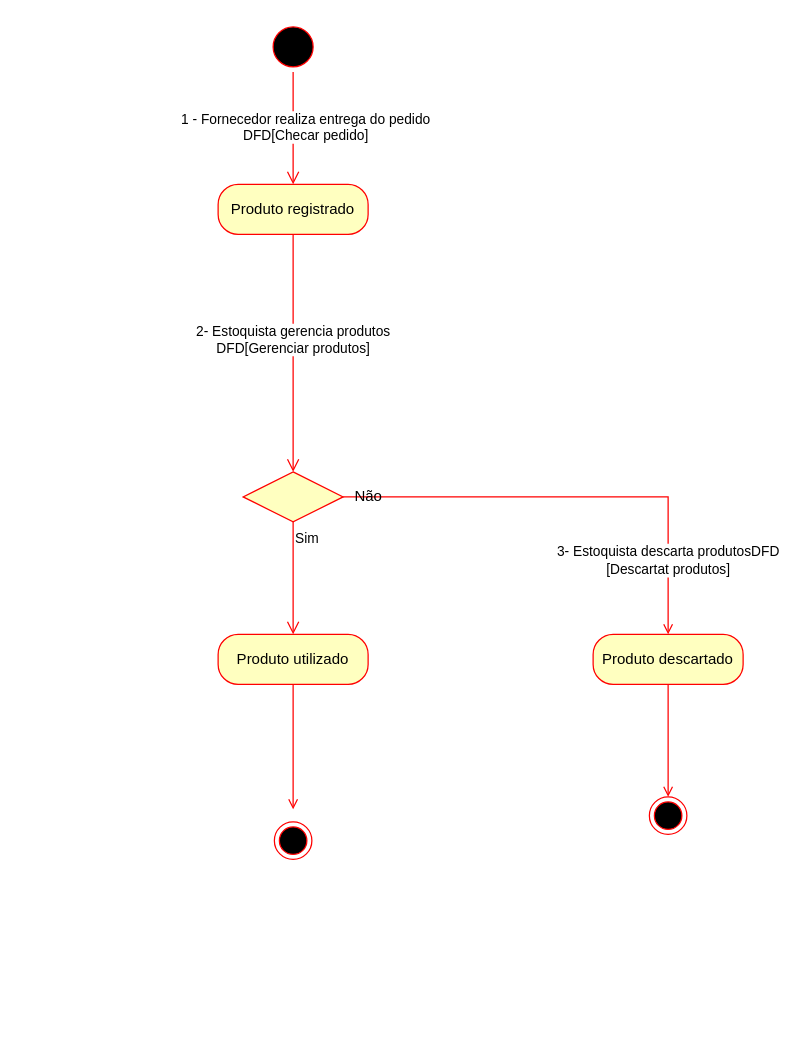
Before: docs/ARTEFATOS(15-23)/Gerenciar_Produtos/CICLO_DE_VIDA_PRODUTO.drawio in Darienzo08/ope_ads, a draw.io diagram. Source tidied: cells renumbered, new cells numbered last; positions are measured from the earlier drawing's top-left corner, leaving out a move shared by most shapes. Both pictures are drawn from the tidied source at 125%, with x=0, y=0 at pixel (218, 21).
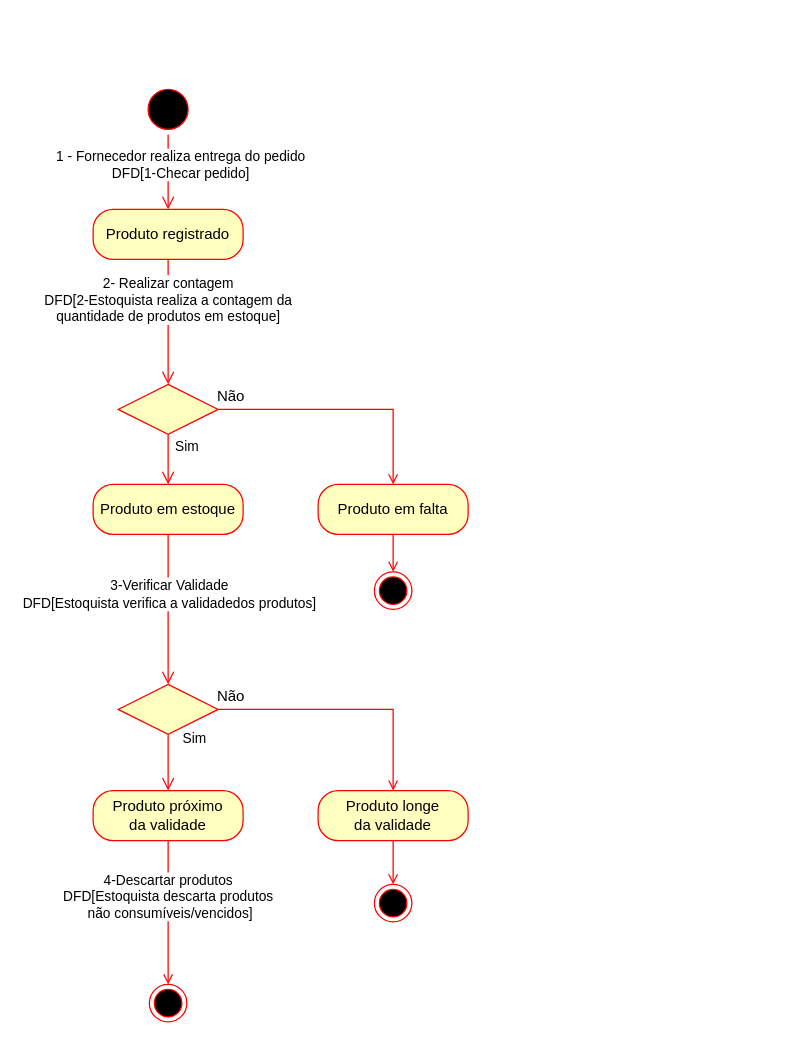
Above is the later version.

Diff of the diagram source:
```diff
@@
     <mxCell id="2" style="ellipse;html=1;shape=endState;fillColor=#000000;strokeColor=#ff0000;" parent="1" vertex="1">
-      <mxGeometry x="45" y="640" width="30" height="30" as="geometry" />
+      <mxGeometry x="-55" y="770" width="30" height="30" as="geometry" />
     </mxCell>
     <mxCell id="3" style="ellipse;html=1;shape=startState;fillColor=#000000;strokeColor=#ff0000;" parent="1" vertex="1">
-      <mxGeometry x="40" width="40" height="40" as="geometry" />
+      <mxGeometry x="-60" y="50" width="40" height="40" as="geometry" />
     </mxCell>
-    <mxCell id="4" value="1 - Fornecedor realiza entrega do pedido&lt;br&gt;DFD[Checar pedido]" style="edgeStyle=orthogonalEdgeStyle;html=1;verticalAlign=bottom;endArrow=open;endSize=8;strokeColor=#ff0000;" parent="1" edge="1" source="3" target="5">
+    <mxCell id="4" value="1 - Fornecedor realiza entrega do pedido&lt;br&gt;DFD[1-Checar pedido]" style="edgeStyle=orthogonalEdgeStyle;html=1;verticalAlign=bottom;endArrow=open;endSize=8;strokeColor=#ff0000;" parent="1" edge="1" source="3" target="5">
       <mxGeometry x="0.33" y="10" relative="1" as="geometry">
         <Array as="points">
-          <mxPoint x="60" y="90" />
-          <mxPoint x="60" y="90" />
+          <mxPoint x="-40" y="110" />
+          <mxPoint x="-40" y="110" />
         </Array>
       </mxGeometry>
     </mxCell>
     <mxCell id="5" value="Produto registrado" style="rounded=1;whiteSpace=wrap;html=1;arcSize=40;fontColor=#000000;fillColor=#ffffc0;strokeColor=#ff0000;" parent="1" vertex="1">
-      <mxGeometry y="130" width="120" height="40" as="geometry" />
+      <mxGeometry x="-100" y="150" width="120" height="40" as="geometry" />
     </mxCell>
-    <mxCell id="6" value="2- Estoquista gerencia produtos&lt;br&gt;DFD[Gerenciar produtos]" style="edgeStyle=orthogonalEdgeStyle;html=1;verticalAlign=bottom;endArrow=open;endSize=8;strokeColor=#ff0000;entryX=0.5;entryY=0;entryDx=0;entryDy=0;exitX=0.5;exitY=1;exitDx=0;exitDy=0;" parent="1" edge="1" source="5" target="8">
-      <mxGeometry x="0.05" relative="1" as="geometry" />
+    <mxCell id="6" style="edgeStyle=orthogonalEdgeStyle;html=1;verticalAlign=bottom;endArrow=open;endSize=8;strokeColor=#ff0000;entryX=0.5;entryY=0;entryDx=0;entryDy=0;exitX=0.5;exitY=1;exitDx=0;exitDy=0;" parent="1" edge="1" source="18" target="20">
+      <mxGeometry x="-0.59" relative="1" as="geometry" />
     </mxCell>
-    <mxCell id="7" value="3- Estoquista descarta produtosDFD&lt;br&gt;[Descartat produtos]" style="edgeStyle=orthogonalEdgeStyle;rounded=0;jettySize=auto;html=1;exitX=1;exitY=0.5;exitDx=0;exitDy=0;endArrow=open;endFill=0;strokeColor=#FF0000;entryX=0.5;entryY=0;entryDx=0;entryDy=0;" parent="1" edge="1" source="8" target="13">
-      <mxGeometry x="0.41" y="-50" relative="1" as="geometry">
-        <mxPoint x="50" y="50" as="offset" />
+    <mxCell id="7" style="edgeStyle=orthogonalEdgeStyle;rounded=0;jettySize=auto;html=1;exitX=1;exitY=0.5;exitDx=0;exitDy=0;endArrow=open;endFill=0;strokeColor=#FF0000;entryX=0.5;entryY=0;entryDx=0;entryDy=0;" parent="1" edge="1" source="8" target="13">
+      <mxGeometry x="0.53" y="-20" relative="1" as="geometry">
+        <mxPoint x="20" y="20" as="offset" />
       </mxGeometry>
     </mxCell>
     <mxCell id="8" style="rhombus;whiteSpace=wrap;html=1;fillColor=#ffffc0;strokeColor=#ff0000;" parent="1" vertex="1">
-      <mxGeometry x="20" y="360" width="80" height="40" as="geometry" />
+      <mxGeometry x="-80" y="530" width="80" height="40" as="geometry" />
     </mxCell>
-    <mxCell id="9" value="Sim" style="edgeStyle=orthogonalEdgeStyle;html=1;align=left;verticalAlign=top;endArrow=open;endSize=8;strokeColor=#ff0000;" parent="1" edge="1" source="8">
-      <mxGeometry x="-1" relative="1" as="geometry">
-        <mxPoint x="60" y="490" as="targetPoint" />
+    <mxCell id="9" value="Sim" style="edgeStyle=orthogonalEdgeStyle;html=1;align=left;verticalAlign=top;endArrow=open;endSize=8;strokeColor=#ff0000;entryX=0.5;entryY=0;entryDx=0;entryDy=0;" parent="1" edge="1" source="8" target="11">
+      <mxGeometry x="-1" y="14" relative="1" as="geometry">
+        <mxPoint x="-4" y="-10" as="offset" />
       </mxGeometry>
     </mxCell>
-    <mxCell id="10" style="edgeStyle=orthogonalEdgeStyle;rounded=0;jettySize=auto;html=1;exitX=0.5;exitY=1;exitDx=0;exitDy=0;fillColor=#ffe6cc;strokeColor=#FF0000;endArrow=open;endFill=0;" parent="1" edge="1" source="11">
-      <mxGeometry relative="1" as="geometry">
-        <mxPoint x="60" y="630" as="targetPoint" />
+    <mxCell id="10" value="4-Descartar produtos&lt;br&gt;DFD[Estoquista descarta produtos&lt;br&gt;&amp;nbsp;não consumíveis/vencidos]" style="edgeStyle=orthogonalEdgeStyle;rounded=0;jettySize=auto;html=1;exitX=0.5;exitY=1;exitDx=0;exitDy=0;fillColor=#ffe6cc;strokeColor=#FF0000;endArrow=open;endFill=0;" parent="1" edge="1" source="11">
+      <mxGeometry x="-0.22" relative="1" as="geometry">
+        <mxPoint x="-40" y="770" as="targetPoint" />
       </mxGeometry>
     </mxCell>
-    <mxCell id="11" value="Produto utilizado" style="rounded=1;whiteSpace=wrap;html=1;arcSize=40;fontColor=#000000;fillColor=#ffffc0;strokeColor=#ff0000;" parent="1" vertex="1">
-      <mxGeometry y="490" width="120" height="40" as="geometry" />
+    <mxCell id="11" value="Produto próximo&lt;br&gt;da validade" style="rounded=1;whiteSpace=wrap;html=1;arcSize=40;fontColor=#000000;fillColor=#ffffc0;strokeColor=#ff0000;" parent="1" vertex="1">
+      <mxGeometry x="-100" y="615" width="120" height="40" as="geometry" />
     </mxCell>
@@
-    <mxCell id="13" value="Produto descartado" style="rounded=1;whiteSpace=wrap;html=1;arcSize=40;fontColor=#000000;fillColor=#ffffc0;strokeColor=#ff0000;" parent="1" vertex="1">
-      <mxGeometry x="300" y="490" width="120" height="40" as="geometry" />
+    <mxCell id="13" value="Produto longe&lt;br&gt;da validade" style="rounded=1;whiteSpace=wrap;html=1;arcSize=40;fontColor=#000000;fillColor=#ffffc0;strokeColor=#ff0000;" parent="1" vertex="1">
+      <mxGeometry x="80" y="615" width="120" height="40" as="geometry" />
     </mxCell>
     <mxCell id="14" style="ellipse;html=1;shape=endState;fillColor=#000000;strokeColor=#ff0000;" parent="1" vertex="1">
-      <mxGeometry x="345" y="620" width="30" height="30" as="geometry" />
+      <mxGeometry x="125" y="690" width="30" height="30" as="geometry" />
     </mxCell>
     <mxCell id="15" value="Não" style="text;html=1;align=center;verticalAlign=middle;" parent="1" vertex="1">
-      <mxGeometry x="100" y="370" width="40" height="20" as="geometry" />
+      <mxGeometry x="-10" y="530" width="40" height="20" as="geometry" />
     </mxCell>
+    <mxCell id="16" style="edgeStyle=orthogonalEdgeStyle;rounded=0;jettySize=auto;html=1;entryX=0.5;entryY=0;entryDx=0;entryDy=0;strokeColor=#FF0000;endArrow=open;endFill=0;" parent="1" edge="1" source="17" target="24">
+      <mxGeometry relative="1" as="geometry" />
+    </mxCell>
+    <mxCell id="17" value="Produto em falta" style="rounded=1;whiteSpace=wrap;html=1;arcSize=40;fontColor=#000000;fillColor=#ffffc0;strokeColor=#ff0000;" parent="1" vertex="1">
+      <mxGeometry x="80" y="370" width="120" height="40" as="geometry" />
+    </mxCell>
+    <mxCell id="18" style="rhombus;whiteSpace=wrap;html=1;fillColor=#ffffc0;strokeColor=#ff0000;" parent="1" vertex="1">
+      <mxGeometry x="-80" y="290" width="80" height="40" as="geometry" />
+    </mxCell>
+    <mxCell id="19" value="2- Realizar contagem&lt;br&gt;DFD[2-Estoquista realiza a contagem da&lt;br&gt;quantidade de produtos em estoque]" style="edgeStyle=orthogonalEdgeStyle;html=1;verticalAlign=bottom;endArrow=open;endSize=8;strokeColor=#ff0000;entryX=0.5;entryY=0;entryDx=0;entryDy=0;exitX=0.5;exitY=1;exitDx=0;exitDy=0;" parent="1" edge="1" source="5" target="18">
+      <mxGeometry x="0.09" relative="1" as="geometry" />
+    </mxCell>
+    <mxCell id="20" value="Produto em estoque" style="rounded=1;whiteSpace=wrap;html=1;arcSize=40;fontColor=#000000;fillColor=#ffffc0;strokeColor=#ff0000;" parent="1" vertex="1">
+      <mxGeometry x="-100" y="370" width="120" height="40" as="geometry" />
+    </mxCell>
+    <mxCell id="21" style="edgeStyle=orthogonalEdgeStyle;rounded=0;jettySize=auto;html=1;exitX=1;exitY=0.5;exitDx=0;exitDy=0;endArrow=open;endFill=0;strokeColor=#FF0000;entryX=0.5;entryY=0;entryDx=0;entryDy=0;" parent="1" edge="1" source="18" target="17">
+      <mxGeometry x="0.41" y="-50" relative="1" as="geometry">
+        <mxPoint x="50" y="50" as="offset" />
+      </mxGeometry>
+    </mxCell>
+    <mxCell id="22" style="edgeStyle=orthogonalEdgeStyle;html=1;verticalAlign=bottom;endArrow=open;endSize=8;strokeColor=#ff0000;entryX=0.5;entryY=0;entryDx=0;entryDy=0;exitX=0.5;exitY=1;exitDx=0;exitDy=0;" parent="1" edge="1" source="20" target="8">
+      <mxGeometry x="-0.59" relative="1" as="geometry" />
+    </mxCell>
+    <mxCell id="23" value="3-Verificar Validade&lt;br&gt;DFD[Estoquista verifica a validadedos produtos]" style="edgeLabel;html=1;align=center;verticalAlign=middle;" parent="22" vertex="1">
+      <mxGeometry x="-0.21" relative="1" as="geometry" />
+    </mxCell>
+    <mxCell id="24" style="ellipse;html=1;shape=endState;fillColor=#000000;strokeColor=#ff0000;" parent="1" vertex="1">
+      <mxGeometry x="125" y="440" width="30" height="30" as="geometry" />
+    </mxCell>
+    <mxCell id="25" value="&lt;span style=&quot;font-size: 11px ; text-align: left&quot;&gt;Sim&lt;/span&gt;" style="text;html=1;align=center;verticalAlign=middle;" parent="1" vertex="1">
+      <mxGeometry x="-40" y="330" width="30" height="20" as="geometry" />
+    </mxCell>
+    <mxCell id="26" value="Não" style="text;html=1;align=center;verticalAlign=middle;" parent="1" vertex="1">
+      <mxGeometry x="-10" y="290" width="40" height="20" as="geometry" />
+    </mxCell>
```
